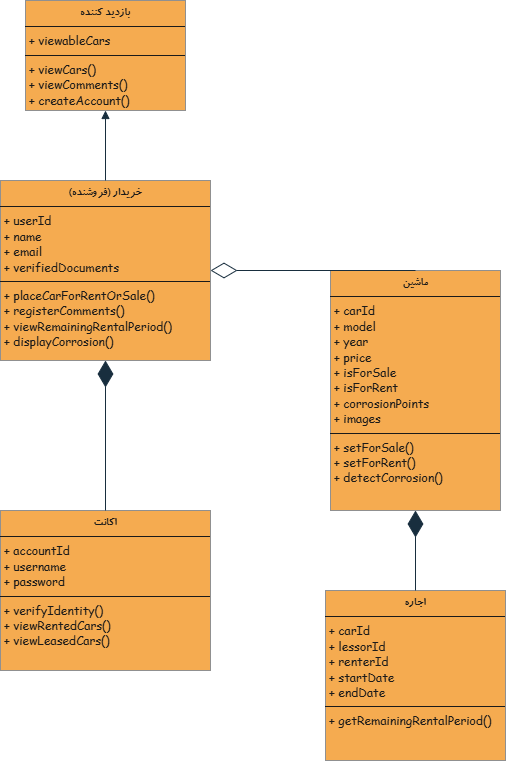
Above: Diagrams/Class.png in reza-shahriari/Window (draw.io), before the change. Source tidied: cells renumbered, new cells last; positions are measured from the earlier drawing's top-left corner, leaving out a move shared by most shapes.
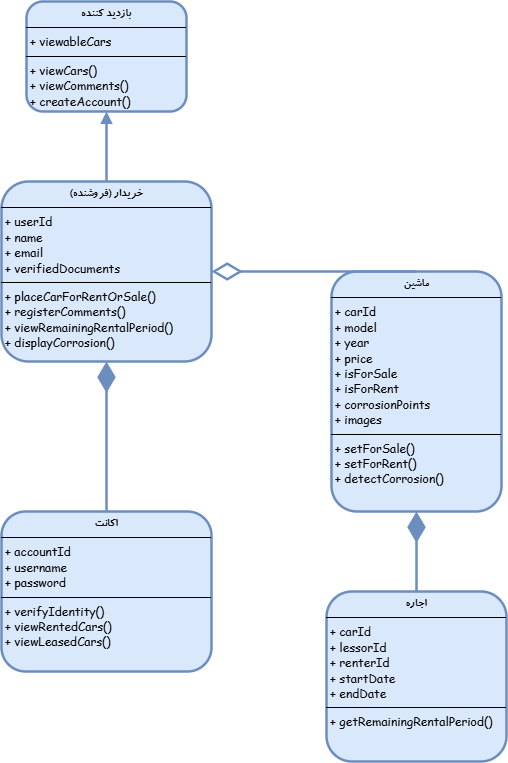
Above is the later version.

The edit, as a diff of the source:
```diff
@@ -2,31 +2,31 @@
   <root>
     <mxCell id="0" />
     <mxCell id="1" parent="0" />
-    <mxCell id="2" value="&lt;p style=&quot;margin:0px;margin-top:4px;text-align:center;&quot;&gt;&lt;b&gt;&lt;font face=&quot;B Koodak&quot;&gt;بازدید کننده&lt;/font&gt;&lt;/b&gt;&lt;/p&gt;&lt;hr size=&quot;1&quot; style=&quot;border-style:solid;&quot;&gt;&lt;p style=&quot;margin:0px;margin-left:4px;&quot;&gt;&lt;font face=&quot;Comic Sans MS&quot;&gt;+ viewableCars&lt;/font&gt;&lt;/p&gt;&lt;hr size=&quot;1&quot; style=&quot;border-style:solid;&quot;&gt;&lt;p style=&quot;margin:0px;margin-left:4px;&quot;&gt;&lt;font face=&quot;Comic Sans MS&quot;&gt;+ viewCars()&lt;/font&gt;&lt;/p&gt;&lt;p style=&quot;margin:0px;margin-left:4px;&quot;&gt;&lt;font face=&quot;Comic Sans MS&quot;&gt;+ viewComments()&lt;/font&gt;&lt;/p&gt;&lt;p style=&quot;margin:0px;margin-left:4px;&quot;&gt;&lt;font face=&quot;Comic Sans MS&quot;&gt;+ createAccount()&lt;/font&gt;&lt;/p&gt;" style="verticalAlign=top;align=left;overflow=fill;html=1;whiteSpace=wrap;labelBackgroundColor=none;fillColor=#F5AB50;strokeColor=#909090;fontColor=#1A1A1A;" parent="1" vertex="1">
+    <mxCell id="2" value="&lt;p style=&quot;margin:0px;margin-top:4px;text-align:center;&quot;&gt;&lt;b&gt;&lt;font face=&quot;B Koodak&quot;&gt;بازدید کننده&lt;/font&gt;&lt;/b&gt;&lt;/p&gt;&lt;hr size=&quot;1&quot; style=&quot;border-style:solid;&quot;&gt;&lt;p style=&quot;margin:0px;margin-left:4px;&quot;&gt;&lt;font face=&quot;Comic Sans MS&quot;&gt;+ viewableCars&lt;/font&gt;&lt;/p&gt;&lt;hr size=&quot;1&quot; style=&quot;border-style:solid;&quot;&gt;&lt;p style=&quot;margin:0px;margin-left:4px;&quot;&gt;&lt;font face=&quot;Comic Sans MS&quot;&gt;+ viewCars()&lt;/font&gt;&lt;/p&gt;&lt;p style=&quot;margin:0px;margin-left:4px;&quot;&gt;&lt;font face=&quot;Comic Sans MS&quot;&gt;+ viewComments()&lt;/font&gt;&lt;/p&gt;&lt;p style=&quot;margin:0px;margin-left:4px;&quot;&gt;&lt;font face=&quot;Comic Sans MS&quot;&gt;+ createAccount()&lt;/font&gt;&lt;/p&gt;" style="verticalAlign=top;align=left;overflow=fill;html=1;whiteSpace=wrap;labelBackgroundColor=none;fillColor=#dae8fc;strokeColor=#6c8ebf;strokeWidth=2.5;rounded=1;" parent="1" vertex="1">
       <mxGeometry x="25" width="160" height="110" as="geometry" />
     </mxCell>
-    <mxCell id="3" value="&lt;p style=&quot;margin:0px;margin-top:4px;text-align:center;&quot;&gt;&lt;b&gt;&lt;font face=&quot;B Koodak&quot;&gt;خریدار (فروشنده)&lt;/font&gt;&lt;/b&gt;&lt;/p&gt;&lt;hr size=&quot;1&quot; style=&quot;border-style:solid;&quot;&gt;&lt;p style=&quot;margin: 0px 0px 0px 4px;&quot;&gt;&lt;font face=&quot;Comic Sans MS&quot;&gt;+ userId&lt;/font&gt;&lt;/p&gt;&lt;p style=&quot;margin: 0px 0px 0px 4px;&quot;&gt;&lt;font face=&quot;Comic Sans MS&quot;&gt;+&amp;nbsp;name&lt;/font&gt;&lt;/p&gt;&lt;p style=&quot;margin: 0px 0px 0px 4px;&quot;&gt;&lt;font face=&quot;Comic Sans MS&quot;&gt;+&amp;nbsp;email&lt;/font&gt;&lt;/p&gt;&lt;p style=&quot;margin: 0px 0px 0px 4px;&quot;&gt;&lt;font face=&quot;Comic Sans MS&quot;&gt;+&amp;nbsp;verifiedDocuments&lt;/font&gt;&lt;/p&gt;&lt;hr size=&quot;1&quot; style=&quot;border-style:solid;&quot;&gt;&lt;p style=&quot;margin:0px;margin-left:4px;&quot;&gt;&lt;span style=&quot;background-color: initial;&quot;&gt;&lt;font face=&quot;Comic Sans MS&quot;&gt;+ placeCarForRentOrSale()&lt;/font&gt;&lt;/span&gt;&lt;/p&gt;&lt;p style=&quot;margin:0px;margin-left:4px;&quot;&gt;&lt;font face=&quot;Comic Sans MS&quot;&gt;+ registerComments()&lt;span style=&quot;background-color: initial;&quot;&gt;&lt;/span&gt;&lt;/font&gt;&lt;/p&gt;&lt;p style=&quot;margin: 0px 0px 0px 4px;&quot;&gt;&lt;font face=&quot;Comic Sans MS&quot;&gt;+ viewRemainingRentalPeriod()&lt;/font&gt;&lt;/p&gt;&lt;p style=&quot;margin: 0px 0px 0px 4px;&quot;&gt;&lt;font face=&quot;Comic Sans MS&quot;&gt;+ displayCorrosion()&lt;/font&gt;&lt;/p&gt;" style="verticalAlign=top;align=left;overflow=fill;html=1;whiteSpace=wrap;labelBackgroundColor=none;fillColor=#F5AB50;strokeColor=#909090;fontColor=#1A1A1A;" parent="1" vertex="1">
+    <mxCell id="3" value="&lt;p style=&quot;margin:0px;margin-top:4px;text-align:center;&quot;&gt;&lt;b&gt;&lt;font face=&quot;B Koodak&quot;&gt;خریدار (فروشنده)&lt;/font&gt;&lt;/b&gt;&lt;/p&gt;&lt;hr size=&quot;1&quot; style=&quot;border-style:solid;&quot;&gt;&lt;p style=&quot;margin: 0px 0px 0px 4px;&quot;&gt;&lt;font face=&quot;Comic Sans MS&quot;&gt;+ userId&lt;/font&gt;&lt;/p&gt;&lt;p style=&quot;margin: 0px 0px 0px 4px;&quot;&gt;&lt;font face=&quot;Comic Sans MS&quot;&gt;+&amp;nbsp;name&lt;/font&gt;&lt;/p&gt;&lt;p style=&quot;margin: 0px 0px 0px 4px;&quot;&gt;&lt;font face=&quot;Comic Sans MS&quot;&gt;+&amp;nbsp;email&lt;/font&gt;&lt;/p&gt;&lt;p style=&quot;margin: 0px 0px 0px 4px;&quot;&gt;&lt;font face=&quot;Comic Sans MS&quot;&gt;+&amp;nbsp;verifiedDocuments&lt;/font&gt;&lt;/p&gt;&lt;hr size=&quot;1&quot; style=&quot;border-style:solid;&quot;&gt;&lt;p style=&quot;margin:0px;margin-left:4px;&quot;&gt;&lt;span style=&quot;background-color: initial;&quot;&gt;&lt;font face=&quot;Comic Sans MS&quot;&gt;+ placeCarForRentOrSale()&lt;/font&gt;&lt;/span&gt;&lt;/p&gt;&lt;p style=&quot;margin:0px;margin-left:4px;&quot;&gt;&lt;font face=&quot;Comic Sans MS&quot;&gt;+ registerComments()&lt;span style=&quot;background-color: initial;&quot;&gt;&lt;/span&gt;&lt;/font&gt;&lt;/p&gt;&lt;p style=&quot;margin: 0px 0px 0px 4px;&quot;&gt;&lt;font face=&quot;Comic Sans MS&quot;&gt;+ viewRemainingRentalPeriod()&lt;/font&gt;&lt;/p&gt;&lt;p style=&quot;margin: 0px 0px 0px 4px;&quot;&gt;&lt;font face=&quot;Comic Sans MS&quot;&gt;+ displayCorrosion()&lt;/font&gt;&lt;/p&gt;" style="verticalAlign=top;align=left;overflow=fill;html=1;whiteSpace=wrap;labelBackgroundColor=none;fillColor=#dae8fc;strokeColor=#6c8ebf;strokeWidth=2.5;rounded=1;" parent="1" vertex="1">
       <mxGeometry y="180" width="210" height="180" as="geometry" />
     </mxCell>
-    <mxCell id="4" value="&lt;p style=&quot;margin:0px;margin-top:4px;text-align:center;&quot;&gt;&lt;b&gt;&lt;font face=&quot;B Koodak&quot;&gt;ماشین&lt;/font&gt;&lt;/b&gt;&lt;/p&gt;&lt;hr size=&quot;1&quot; style=&quot;border-style:solid;&quot;&gt;&lt;p style=&quot;margin:0px;margin-left:4px;&quot;&gt;&lt;font face=&quot;Comic Sans MS&quot;&gt;+ carId&lt;/font&gt;&lt;/p&gt;&lt;p style=&quot;margin:0px;margin-left:4px;&quot;&gt;&lt;font face=&quot;Comic Sans MS&quot;&gt;+&amp;nbsp;model&lt;/font&gt;&lt;/p&gt;&lt;p style=&quot;margin:0px;margin-left:4px;&quot;&gt;&lt;font face=&quot;Comic Sans MS&quot;&gt;+&amp;nbsp;year&lt;/font&gt;&lt;/p&gt;&lt;p style=&quot;margin:0px;margin-left:4px;&quot;&gt;&lt;font face=&quot;Comic Sans MS&quot;&gt;+ price&lt;/font&gt;&lt;/p&gt;&lt;p style=&quot;margin:0px;margin-left:4px;&quot;&gt;&lt;font face=&quot;Comic Sans MS&quot;&gt;+&amp;nbsp;isForSale&lt;/font&gt;&lt;/p&gt;&lt;p style=&quot;margin:0px;margin-left:4px;&quot;&gt;&lt;font face=&quot;Comic Sans MS&quot;&gt;+&amp;nbsp;isForRent&lt;/font&gt;&lt;/p&gt;&lt;p style=&quot;margin:0px;margin-left:4px;&quot;&gt;&lt;font face=&quot;Comic Sans MS&quot;&gt;+&amp;nbsp;corrosionPoints&lt;/font&gt;&lt;/p&gt;&lt;p style=&quot;margin:0px;margin-left:4px;&quot;&gt;&lt;font face=&quot;Comic Sans MS&quot;&gt;+ images&lt;/font&gt;&lt;/p&gt;&lt;hr size=&quot;1&quot; style=&quot;border-style:solid;&quot;&gt;&lt;p style=&quot;margin:0px;margin-left:4px;&quot;&gt;&lt;font face=&quot;Comic Sans MS&quot;&gt;+ setForSale()&lt;/font&gt;&lt;/p&gt;&lt;p style=&quot;margin:0px;margin-left:4px;&quot;&gt;&lt;font face=&quot;Comic Sans MS&quot;&gt;+&amp;nbsp;setForRent()&lt;/font&gt;&lt;/p&gt;&lt;p style=&quot;margin:0px;margin-left:4px;&quot;&gt;&lt;font face=&quot;Comic Sans MS&quot;&gt;+&amp;nbsp;detectCorrosion()&lt;/font&gt;&lt;/p&gt;" style="verticalAlign=top;align=left;overflow=fill;html=1;whiteSpace=wrap;labelBackgroundColor=none;fillColor=#F5AB50;strokeColor=#909090;fontColor=#1A1A1A;" parent="1" vertex="1">
+    <mxCell id="4" value="&lt;p style=&quot;margin:0px;margin-top:4px;text-align:center;&quot;&gt;&lt;b&gt;&lt;font face=&quot;B Koodak&quot;&gt;ماشین&lt;/font&gt;&lt;/b&gt;&lt;/p&gt;&lt;hr size=&quot;1&quot; style=&quot;border-style:solid;&quot;&gt;&lt;p style=&quot;margin:0px;margin-left:4px;&quot;&gt;&lt;font face=&quot;Comic Sans MS&quot;&gt;+ carId&lt;/font&gt;&lt;/p&gt;&lt;p style=&quot;margin:0px;margin-left:4px;&quot;&gt;&lt;font face=&quot;Comic Sans MS&quot;&gt;+&amp;nbsp;model&lt;/font&gt;&lt;/p&gt;&lt;p style=&quot;margin:0px;margin-left:4px;&quot;&gt;&lt;font face=&quot;Comic Sans MS&quot;&gt;+&amp;nbsp;year&lt;/font&gt;&lt;/p&gt;&lt;p style=&quot;margin:0px;margin-left:4px;&quot;&gt;&lt;font face=&quot;Comic Sans MS&quot;&gt;+ price&lt;/font&gt;&lt;/p&gt;&lt;p style=&quot;margin:0px;margin-left:4px;&quot;&gt;&lt;font face=&quot;Comic Sans MS&quot;&gt;+&amp;nbsp;isForSale&lt;/font&gt;&lt;/p&gt;&lt;p style=&quot;margin:0px;margin-left:4px;&quot;&gt;&lt;font face=&quot;Comic Sans MS&quot;&gt;+&amp;nbsp;isForRent&lt;/font&gt;&lt;/p&gt;&lt;p style=&quot;margin:0px;margin-left:4px;&quot;&gt;&lt;font face=&quot;Comic Sans MS&quot;&gt;+&amp;nbsp;corrosionPoints&lt;/font&gt;&lt;/p&gt;&lt;p style=&quot;margin:0px;margin-left:4px;&quot;&gt;&lt;font face=&quot;Comic Sans MS&quot;&gt;+ images&lt;/font&gt;&lt;/p&gt;&lt;hr size=&quot;1&quot; style=&quot;border-style:solid;&quot;&gt;&lt;p style=&quot;margin:0px;margin-left:4px;&quot;&gt;&lt;font face=&quot;Comic Sans MS&quot;&gt;+ setForSale()&lt;/font&gt;&lt;/p&gt;&lt;p style=&quot;margin:0px;margin-left:4px;&quot;&gt;&lt;font face=&quot;Comic Sans MS&quot;&gt;+&amp;nbsp;setForRent()&lt;/font&gt;&lt;/p&gt;&lt;p style=&quot;margin:0px;margin-left:4px;&quot;&gt;&lt;font face=&quot;Comic Sans MS&quot;&gt;+&amp;nbsp;detectCorrosion()&lt;/font&gt;&lt;/p&gt;" style="verticalAlign=top;align=left;overflow=fill;html=1;whiteSpace=wrap;labelBackgroundColor=none;fillColor=#dae8fc;strokeColor=#6c8ebf;strokeWidth=2.5;rounded=1;" parent="1" vertex="1">
       <mxGeometry x="330" y="270" width="170" height="240" as="geometry" />
     </mxCell>
-    <mxCell id="5" value="&lt;p style=&quot;margin:0px;margin-top:4px;text-align:center;&quot;&gt;&lt;b&gt;&lt;font face=&quot;B Koodak&quot;&gt;اکانت&lt;/font&gt;&lt;/b&gt;&lt;/p&gt;&lt;hr size=&quot;1&quot; style=&quot;border-style:solid;&quot;&gt;&lt;p style=&quot;margin:0px;margin-left:4px;&quot;&gt;&lt;span style=&quot;background-color: initial;&quot;&gt;&lt;font face=&quot;Comic Sans MS&quot;&gt;+ accountId&lt;/font&gt;&lt;/span&gt;&lt;/p&gt;&lt;p style=&quot;margin:0px;margin-left:4px;&quot;&gt;&lt;font face=&quot;Comic Sans MS&quot;&gt;&lt;span style=&quot;background-color: initial;&quot;&gt;+&amp;nbsp;&lt;/span&gt;&lt;span style=&quot;background-color: initial;&quot;&gt;username&lt;/span&gt;&lt;/font&gt;&lt;/p&gt;&lt;p style=&quot;margin:0px;margin-left:4px;&quot;&gt;&lt;font face=&quot;Comic Sans MS&quot;&gt;&lt;span style=&quot;background-color: initial;&quot;&gt;+&amp;nbsp;&lt;/span&gt;&lt;span style=&quot;background-color: initial;&quot;&gt;password&lt;/span&gt;&lt;/font&gt;&lt;/p&gt;&lt;hr size=&quot;1&quot; style=&quot;border-style:solid;&quot;&gt;&lt;p style=&quot;margin:0px;margin-left:4px;&quot;&gt;&lt;font face=&quot;Comic Sans MS&quot;&gt;+&amp;nbsp;verifyIdentity()&lt;/font&gt;&lt;/p&gt;&lt;p style=&quot;margin:0px;margin-left:4px;&quot;&gt;&lt;font face=&quot;Comic Sans MS&quot;&gt;+&amp;nbsp;&lt;span style=&quot;background-color: initial;&quot;&gt;viewRentedCars()&lt;/span&gt;&lt;/font&gt;&lt;/p&gt;&lt;p style=&quot;margin:0px;margin-left:4px;&quot;&gt;&lt;font face=&quot;Comic Sans MS&quot;&gt;&lt;span style=&quot;background-color: initial;&quot;&gt;+&amp;nbsp;&lt;/span&gt;&lt;span style=&quot;background-color: initial;&quot;&gt;viewLeasedCars()&lt;/span&gt;&lt;/font&gt;&lt;/p&gt;" style="verticalAlign=top;align=left;overflow=fill;html=1;whiteSpace=wrap;labelBackgroundColor=none;fillColor=#F5AB50;strokeColor=#909090;fontColor=#1A1A1A;" parent="1" vertex="1">
+    <mxCell id="5" value="&lt;p style=&quot;margin:0px;margin-top:4px;text-align:center;&quot;&gt;&lt;b&gt;&lt;font face=&quot;B Koodak&quot;&gt;اکانت&lt;/font&gt;&lt;/b&gt;&lt;/p&gt;&lt;hr size=&quot;1&quot; style=&quot;border-style:solid;&quot;&gt;&lt;p style=&quot;margin:0px;margin-left:4px;&quot;&gt;&lt;span style=&quot;background-color: initial;&quot;&gt;&lt;font face=&quot;Comic Sans MS&quot;&gt;+ accountId&lt;/font&gt;&lt;/span&gt;&lt;/p&gt;&lt;p style=&quot;margin:0px;margin-left:4px;&quot;&gt;&lt;font face=&quot;Comic Sans MS&quot;&gt;&lt;span style=&quot;background-color: initial;&quot;&gt;+&amp;nbsp;&lt;/span&gt;&lt;span style=&quot;background-color: initial;&quot;&gt;username&lt;/span&gt;&lt;/font&gt;&lt;/p&gt;&lt;p style=&quot;margin:0px;margin-left:4px;&quot;&gt;&lt;font face=&quot;Comic Sans MS&quot;&gt;&lt;span style=&quot;background-color: initial;&quot;&gt;+&amp;nbsp;&lt;/span&gt;&lt;span style=&quot;background-color: initial;&quot;&gt;password&lt;/span&gt;&lt;/font&gt;&lt;/p&gt;&lt;hr size=&quot;1&quot; style=&quot;border-style:solid;&quot;&gt;&lt;p style=&quot;margin:0px;margin-left:4px;&quot;&gt;&lt;font face=&quot;Comic Sans MS&quot;&gt;+&amp;nbsp;verifyIdentity()&lt;/font&gt;&lt;/p&gt;&lt;p style=&quot;margin:0px;margin-left:4px;&quot;&gt;&lt;font face=&quot;Comic Sans MS&quot;&gt;+&amp;nbsp;&lt;span style=&quot;background-color: initial;&quot;&gt;viewRentedCars()&lt;/span&gt;&lt;/font&gt;&lt;/p&gt;&lt;p style=&quot;margin:0px;margin-left:4px;&quot;&gt;&lt;font face=&quot;Comic Sans MS&quot;&gt;&lt;span style=&quot;background-color: initial;&quot;&gt;+&amp;nbsp;&lt;/span&gt;&lt;span style=&quot;background-color: initial;&quot;&gt;viewLeasedCars()&lt;/span&gt;&lt;/font&gt;&lt;/p&gt;" style="verticalAlign=top;align=left;overflow=fill;html=1;whiteSpace=wrap;labelBackgroundColor=none;fillColor=#dae8fc;strokeColor=#6c8ebf;strokeWidth=2.5;rounded=1;" parent="1" vertex="1">
       <mxGeometry y="510" width="210" height="160" as="geometry" />
     </mxCell>
-    <mxCell id="6" value="&lt;p style=&quot;margin:0px;margin-top:4px;text-align:center;&quot;&gt;&lt;b&gt;&lt;font face=&quot;B Koodak&quot;&gt;اجاره&lt;/font&gt;&lt;/b&gt;&lt;/p&gt;&lt;hr size=&quot;1&quot; style=&quot;border-style:solid;&quot;&gt;&lt;p style=&quot;margin:0px;margin-left:4px;&quot;&gt;&lt;font face=&quot;Comic Sans MS&quot;&gt;+&amp;nbsp;carId&lt;/font&gt;&lt;/p&gt;&lt;p style=&quot;margin:0px;margin-left:4px;&quot;&gt;&lt;font face=&quot;Comic Sans MS&quot;&gt;+ lessorId&lt;/font&gt;&lt;/p&gt;&lt;p style=&quot;margin:0px;margin-left:4px;&quot;&gt;&lt;font face=&quot;Comic Sans MS&quot;&gt;+ renterId&lt;/font&gt;&lt;/p&gt;&lt;p style=&quot;margin:0px;margin-left:4px;&quot;&gt;&lt;font face=&quot;Comic Sans MS&quot;&gt;+&amp;nbsp;startDate&lt;/font&gt;&lt;/p&gt;&lt;p style=&quot;margin:0px;margin-left:4px;&quot;&gt;&lt;font face=&quot;Comic Sans MS&quot;&gt;+ endDate&lt;/font&gt;&lt;/p&gt;&lt;hr size=&quot;1&quot; style=&quot;border-style:solid;&quot;&gt;&lt;p style=&quot;margin:0px;margin-left:4px;&quot;&gt;&lt;font face=&quot;Comic Sans MS&quot;&gt;+&amp;nbsp;getRemainingRentalPeriod()&lt;/font&gt;&lt;/p&gt;" style="verticalAlign=top;align=left;overflow=fill;html=1;whiteSpace=wrap;labelBackgroundColor=none;fillColor=#F5AB50;strokeColor=#909090;fontColor=#1A1A1A;" parent="1" vertex="1">
+    <mxCell id="6" value="&lt;p style=&quot;margin:0px;margin-top:4px;text-align:center;&quot;&gt;&lt;b&gt;&lt;font face=&quot;B Koodak&quot;&gt;اجاره&lt;/font&gt;&lt;/b&gt;&lt;/p&gt;&lt;hr size=&quot;1&quot; style=&quot;border-style:solid;&quot;&gt;&lt;p style=&quot;margin:0px;margin-left:4px;&quot;&gt;&lt;font face=&quot;Comic Sans MS&quot;&gt;+&amp;nbsp;carId&lt;/font&gt;&lt;/p&gt;&lt;p style=&quot;margin:0px;margin-left:4px;&quot;&gt;&lt;font face=&quot;Comic Sans MS&quot;&gt;+ lessorId&lt;/font&gt;&lt;/p&gt;&lt;p style=&quot;margin:0px;margin-left:4px;&quot;&gt;&lt;font face=&quot;Comic Sans MS&quot;&gt;+ renterId&lt;/font&gt;&lt;/p&gt;&lt;p style=&quot;margin:0px;margin-left:4px;&quot;&gt;&lt;font face=&quot;Comic Sans MS&quot;&gt;+&amp;nbsp;startDate&lt;/font&gt;&lt;/p&gt;&lt;p style=&quot;margin:0px;margin-left:4px;&quot;&gt;&lt;font face=&quot;Comic Sans MS&quot;&gt;+ endDate&lt;/font&gt;&lt;/p&gt;&lt;hr size=&quot;1&quot; style=&quot;border-style:solid;&quot;&gt;&lt;p style=&quot;margin:0px;margin-left:4px;&quot;&gt;&lt;font face=&quot;Comic Sans MS&quot;&gt;+&amp;nbsp;getRemainingRentalPeriod()&lt;/font&gt;&lt;/p&gt;" style="verticalAlign=top;align=left;overflow=fill;html=1;whiteSpace=wrap;labelBackgroundColor=none;fillColor=#dae8fc;strokeColor=#6c8ebf;strokeWidth=2.5;rounded=1;" parent="1" vertex="1">
       <mxGeometry x="325" y="590" width="180" height="170" as="geometry" />
     </mxCell>
-    <mxCell id="7" style="html=1;verticalAlign=bottom;endArrow=block;curved=0;rounded=0;exitX=0.5;exitY=0;exitDx=0;exitDy=0;entryX=0.5;entryY=1;entryDx=0;entryDy=0;labelBackgroundColor=none;strokeColor=#182E3E;fontColor=default;" parent="1" edge="1" source="3" target="2">
+    <mxCell id="7" style="html=1;verticalAlign=bottom;endArrow=block;curved=0;rounded=0;exitX=0.5;exitY=0;exitDx=0;exitDy=0;entryX=0.5;entryY=1;entryDx=0;entryDy=0;labelBackgroundColor=none;strokeColor=#6c8ebf;fontColor=default;fillColor=#dae8fc;strokeWidth=2.5;" parent="1" edge="1" source="3" target="2">
       <mxGeometry relative="1" as="geometry" />
     </mxCell>
-    <mxCell id="8" style="endArrow=diamondThin;endFill=1;endSize=24;html=1;rounded=0;exitX=0.5;exitY=0;exitDx=0;exitDy=0;entryX=0.5;entryY=1;entryDx=0;entryDy=0;labelBackgroundColor=none;strokeColor=#182E3E;fontColor=default;" parent="1" edge="1" source="5" target="3">
+    <mxCell id="8" style="endArrow=diamondThin;endFill=1;endSize=24;html=1;rounded=0;exitX=0.5;exitY=0;exitDx=0;exitDy=0;entryX=0.5;entryY=1;entryDx=0;entryDy=0;labelBackgroundColor=none;strokeColor=#6c8ebf;fontColor=default;fillColor=#dae8fc;strokeWidth=2.5;" parent="1" edge="1" source="5" target="3">
       <mxGeometry relative="1" as="geometry" />
     </mxCell>
-    <mxCell id="9" style="endArrow=diamondThin;endFill=0;endSize=24;html=1;rounded=0;exitX=0.5;exitY=0;exitDx=0;exitDy=0;entryX=1;entryY=0.5;entryDx=0;entryDy=0;labelBackgroundColor=none;strokeColor=#182E3E;fontColor=default;" parent="1" edge="1" source="4" target="3">
+    <mxCell id="9" style="endArrow=diamondThin;endFill=0;endSize=24;html=1;rounded=0;exitX=0.5;exitY=0;exitDx=0;exitDy=0;entryX=1;entryY=0.5;entryDx=0;entryDy=0;labelBackgroundColor=none;strokeColor=#6c8ebf;fontColor=default;fillColor=#dae8fc;strokeWidth=2.5;" parent="1" edge="1" source="4" target="3">
       <mxGeometry relative="1" as="geometry" />
     </mxCell>
-    <mxCell id="10" style="endArrow=diamondThin;endFill=1;endSize=24;html=1;rounded=0;entryX=0.5;entryY=1;entryDx=0;entryDy=0;exitX=0.5;exitY=0;exitDx=0;exitDy=0;labelBackgroundColor=none;strokeColor=#182E3E;fontColor=default;" parent="1" edge="1" source="6" target="4">
+    <mxCell id="10" style="endArrow=diamondThin;endFill=1;endSize=24;html=1;rounded=0;entryX=0.5;entryY=1;entryDx=0;entryDy=0;exitX=0.5;exitY=0;exitDx=0;exitDy=0;labelBackgroundColor=none;strokeColor=#6c8ebf;fontColor=default;fillColor=#dae8fc;strokeWidth=2.5;" parent="1" edge="1" source="6" target="4">
       <mxGeometry relative="1" as="geometry" />
     </mxCell>
   </root>
```
